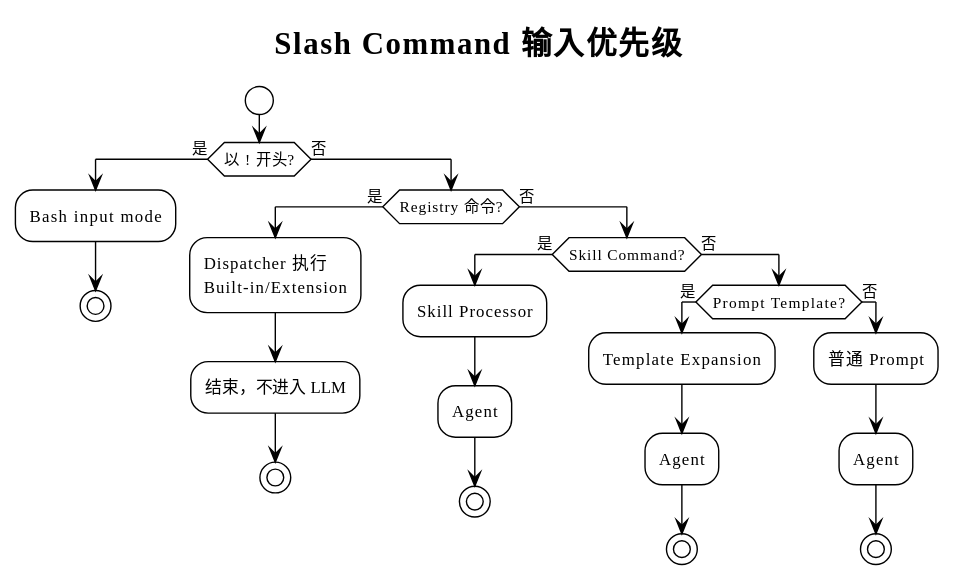
The PlantUML diagram diagrams/builtin-command/09-input-routing.svg in superheromeZzh/pi-mono-java-design, before a commit.
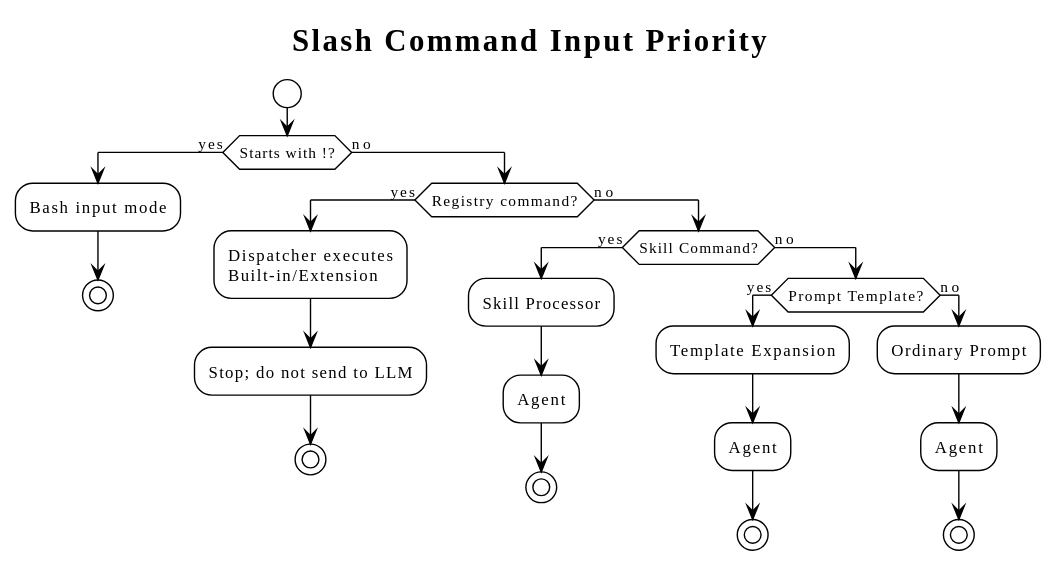
Later version of the same file.

Diff of the diagram source:
```diff
@@ -1,32 +1,32 @@
 @startuml
 !theme plain
 !pragma layout smetana
-skinparam defaultFontName "PingFang SC"
+skinparam defaultFontName "SansSerif"
 skinparam shadowing false
 skinparam backgroundColor transparent
-title Slash Command 输入优先级
+title Slash Command Input Priority
 
 start
-if (以 ! 开头?) then (是)
+if (Starts with !?) then (yes)
   :Bash input mode;
   stop
-else (否)
-  if (Registry 命令?) then (是)
-    :Dispatcher 执行\nBuilt-in/Extension;
-    :结束，不进入 LLM;
+else (no)
+  if (Registry command?) then (yes)
+    :Dispatcher executes\nBuilt-in/Extension;
+    :Stop; do not send to LLM;
     stop
-  else (否)
-    if (Skill Command?) then (是)
+  else (no)
+    if (Skill Command?) then (yes)
       :Skill Processor;
       :Agent;
       stop
-    else (否)
-      if (Prompt Template?) then (是)
+    else (no)
+      if (Prompt Template?) then (yes)
         :Template Expansion;
         :Agent;
         stop
-      else (否)
-        :普通 Prompt;
+      else (no)
+        :Ordinary Prompt;
         :Agent;
         stop
       endif
```
